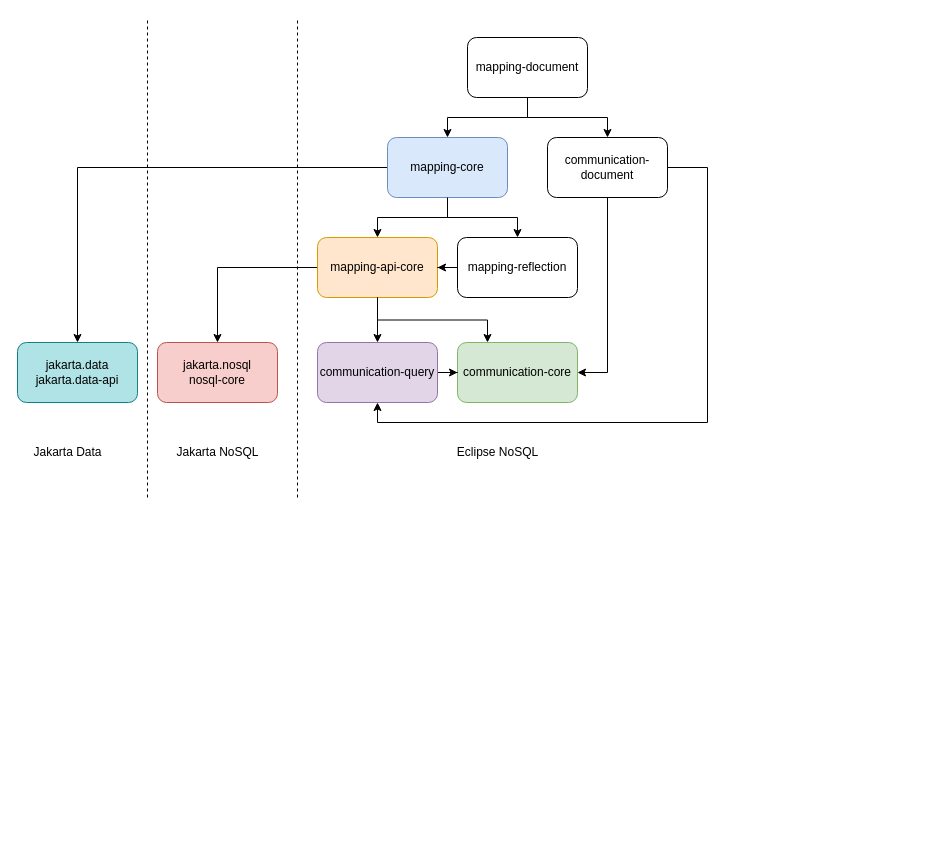
Before: page "jakarta nosql" (2 of 3) of store.drawio in zhongchun/daily, a draw.io diagram. Source tidied: cells renumbered, new cells numbered last; positions are measured from the earlier drawing's top-left corner, leaving out a move shared by most shapes. Both pictures are drawn from the tidied source at 100%, with x=0, y=0 at pixel (17, 17).
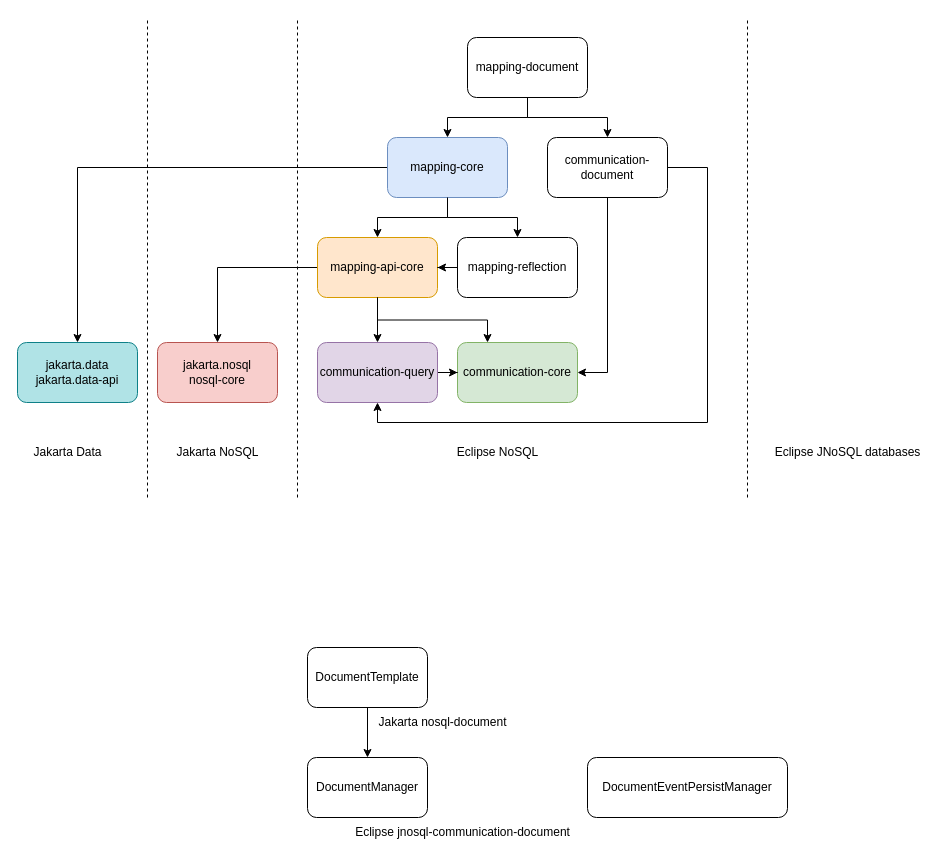
After the change.

Diff of the diagram source:
```diff
@@
+    <mxCell id="28" style="edgeStyle=orthogonalEdgeStyle;rounded=0;jettySize=auto;html=1;" parent="1" edge="1" source="29" target="30">
+      <mxGeometry relative="1" as="geometry" />
+    </mxCell>
+    <mxCell id="29" value="DocumentTemplate" style="rounded=1;whiteSpace=wrap;html=1;" parent="1" vertex="1">
+      <mxGeometry x="290" y="630" width="120" height="60" as="geometry" />
+    </mxCell>
+    <mxCell id="30" value="DocumentManager" style="rounded=1;whiteSpace=wrap;html=1;" parent="1" vertex="1">
+      <mxGeometry x="290" y="740" width="120" height="60" as="geometry" />
+    </mxCell>
+    <mxCell id="31" value="Jakarta nosql-document" style="text;html=1;align=center;verticalAlign=middle;strokeColor=none;fillColor=none;" parent="1" vertex="1">
+      <mxGeometry x="350" y="690" width="150" height="30" as="geometry" />
+    </mxCell>
+    <mxCell id="32" value="Eclipse jnosql-communication-document" style="text;html=1;align=center;verticalAlign=middle;strokeColor=none;fillColor=none;" parent="1" vertex="1">
+      <mxGeometry x="325" y="800" width="240" height="30" as="geometry" />
+    </mxCell>
+    <mxCell id="33" value="DocumentEventPersistManager" style="rounded=1;whiteSpace=wrap;html=1;" parent="1" vertex="1">
+      <mxGeometry x="570" y="740" width="200" height="60" as="geometry" />
+    </mxCell>
+    <mxCell id="34" style="endArrow=none;dashed=1;html=1;rounded=0;" parent="1" edge="1">
+      <mxGeometry relative="1" as="geometry">
+        <mxPoint x="730" y="480" as="sourcePoint" />
+        <mxPoint x="730" as="targetPoint" />
+      </mxGeometry>
+    </mxCell>
+    <mxCell id="35" value="Eclipse JNoSQL databases" style="text;html=1;align=center;verticalAlign=middle;strokeColor=none;fillColor=none;" parent="1" vertex="1">
+      <mxGeometry x="745" y="420" width="170" height="30" as="geometry" />
+    </mxCell>
```
